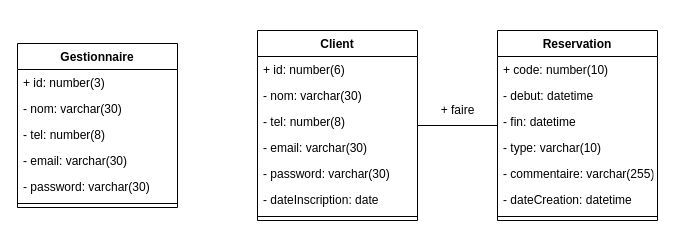
This is diagrams.drawio from HazemKaroui/Conception-projet-lavage, a draw.io file, before an edit. Source tidied: cells renumbered, new cells numbered last; positions are measured from the earlier drawing's top-left corner, leaving out a move shared by most shapes. Both pictures are drawn from the tidied source at 100%, with x=0, y=0 at pixel (17, 30).
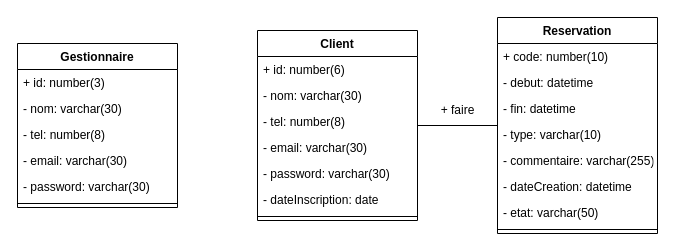
The same diagram, later.

Commit message:
Ajout d'un attribut "etat" á la table Reservation

Diff of the diagram source:
```diff
@@
     <mxCell id="17" value="Reservation" style="swimlane;fontStyle=1;align=center;verticalAlign=top;horizontal=1;startSize=26;" parent="1" vertex="1">
-      <mxGeometry x="480" width="160" height="190" as="geometry" />
+      <mxGeometry x="480" y="-13" width="160" height="216" as="geometry" />
     </mxCell>
@@
+    <mxCell id="27" value="- etat: varchar(50)" style="text;strokeColor=none;fillColor=none;align=left;verticalAlign=top;spacingLeft=4;spacingRight=4;overflow=hidden;" parent="17" vertex="1">
+      <mxGeometry y="182" width="160" height="26" as="geometry" />
+    </mxCell>
     <mxCell id="24" style="line;strokeWidth=1;fillColor=none;align=left;verticalAlign=middle;spacingTop=-1;spacingLeft=3;spacingRight=3;labelPosition=right;" parent="17" vertex="1">
-      <mxGeometry y="182" width="160" height="8" as="geometry" />
+      <mxGeometry y="208" width="160" height="8" as="geometry" />
     </mxCell>
```
